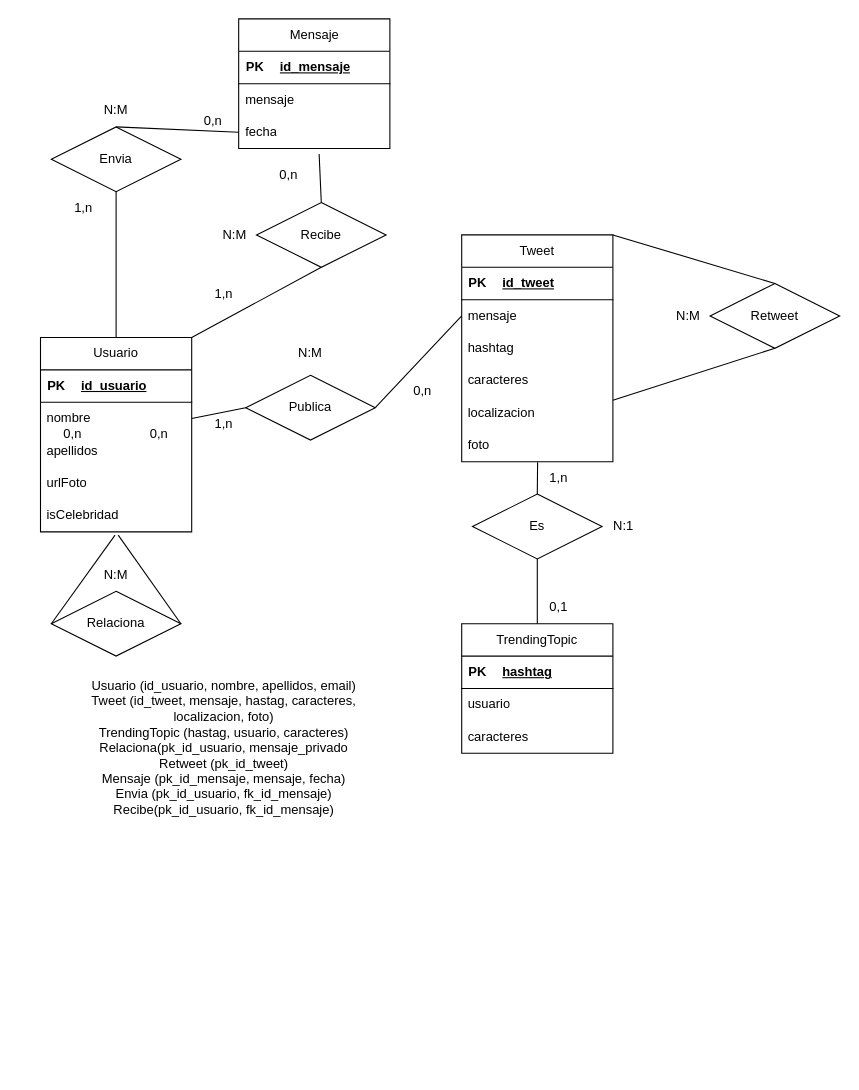
Before: Ejercicio16.drawio in Daninuro/diagrames-cvf-dn-mpl-n-11102023, a draw.io diagram. Source tidied: cells renumbered, new cells numbered last; positions are measured from the earlier drawing's top-left corner, leaving out a move shared by most shapes. Both pictures are drawn from the tidied source at 108%, with x=0, y=0 at pixel (40, 18).
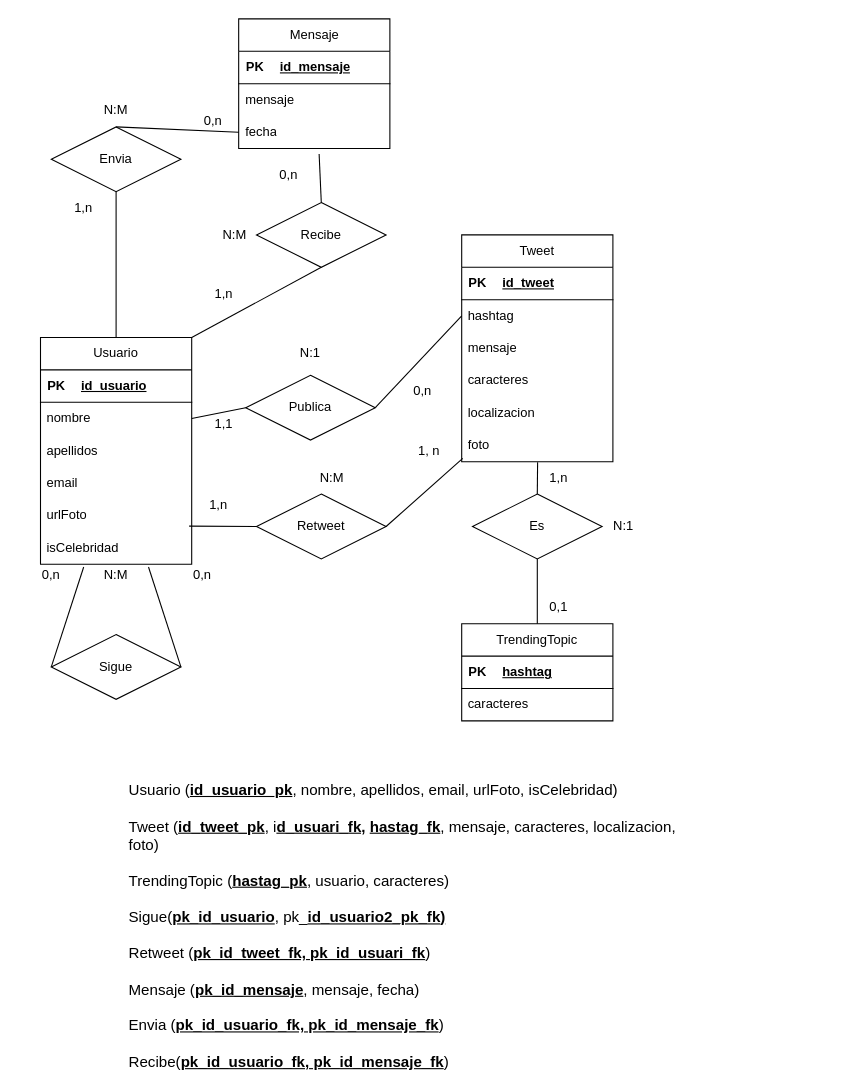
Above is the later version.

The change refers to these unchanged cells:
```xml
<mxCell id="2" value="Tweet" style="swimlane;fontStyle=0;horizontal=1;startSize=30;whiteSpace=wrap;html=1;" parent="1" vertex="1">
  <mxGeometry x="390" y="200" width="140" height="210" as="geometry" />
</mxCell>
<mxCell id="11" value="foto" style="text;strokeColor=none;fillColor=none;align=left;verticalAlign=middle;spacingLeft=4;spacingRight=4;overflow=hidden;points=[[0,0.5],[1,0.5]];portConstraint=eastwest;whiteSpace=wrap;html=1;" parent="2" vertex="1">
  <mxGeometry y="180" width="140" height="30" as="geometry" />
</mxCell>
<mxCell id="41" value="N:M" style="text;html=1;strokeColor=none;fillColor=none;align=center;verticalAlign=middle;whiteSpace=wrap;rounded=0;" parent="1" vertex="1">
  <mxGeometry x="40" y="500" width="60" height="30" as="geometry" />
</mxCell>
```

What changed in the source:
```diff
@@
-    <mxCell id="7" value="mensaje" style="text;strokeColor=none;fillColor=none;align=left;verticalAlign=middle;spacingLeft=4;spacingRight=4;overflow=hidden;whiteSpace=wrap;html=1;" parent="2" vertex="1">
+    <mxCell id="7" value="hashtag" style="text;strokeColor=none;fillColor=none;align=left;verticalAlign=middle;spacingLeft=4;spacingRight=4;overflow=hidden;whiteSpace=wrap;html=1;" parent="2" vertex="1">
       <mxGeometry y="60" width="140" height="30" as="geometry" />
     </mxCell>
-    <mxCell id="8" value="hashtag" style="text;strokeColor=none;fillColor=none;align=left;verticalAlign=middle;spacingLeft=4;spacingRight=4;overflow=hidden;whiteSpace=wrap;html=1;" parent="2" vertex="1">
+    <mxCell id="8" value="mensaje" style="text;strokeColor=none;fillColor=none;align=left;verticalAlign=middle;spacingLeft=4;spacingRight=4;overflow=hidden;whiteSpace=wrap;html=1;" parent="2" vertex="1">
       <mxGeometry y="90" width="140" height="30" as="geometry" />
     </mxCell>
@@
     <mxCell id="12" value="Usuario" style="swimlane;fontStyle=0;horizontal=1;startSize=30;whiteSpace=wrap;html=1;" parent="1" vertex="1">
-      <mxGeometry y="295" width="140" height="180" as="geometry" />
+      <mxGeometry y="295" width="140" height="210" as="geometry" />
     </mxCell>
@@
-    <mxCell id="19" value="urlFoto" style="text;strokeColor=none;fillColor=none;align=left;verticalAlign=middle;spacingLeft=4;spacingRight=4;overflow=hidden;whiteSpace=wrap;html=1;" parent="12" vertex="1">
+    <mxCell id="19" value="email" style="text;strokeColor=none;fillColor=none;align=left;verticalAlign=middle;spacingLeft=4;spacingRight=4;overflow=hidden;whiteSpace=wrap;html=1;" parent="12" vertex="1">
       <mxGeometry y="120" width="140" height="30" as="geometry" />
     </mxCell>
+    <mxCell id="70" value="urlFoto" style="text;strokeColor=none;fillColor=none;align=left;verticalAlign=middle;spacingLeft=4;spacingRight=4;overflow=hidden;whiteSpace=wrap;html=1;" parent="12" vertex="1">
+      <mxGeometry y="150" width="140" height="30" as="geometry" />
+    </mxCell>
     <mxCell id="20" value="isCelebridad" style="text;strokeColor=none;fillColor=none;align=left;verticalAlign=middle;spacingLeft=4;spacingRight=4;overflow=hidden;points=[[0,0.5],[1,0.5]];portConstraint=eastwest;whiteSpace=wrap;html=1;" parent="12" vertex="1">
-      <mxGeometry y="150" width="140" height="30" as="geometry" />
+      <mxGeometry y="180" width="140" height="30" as="geometry" />
     </mxCell>
     <mxCell id="21" value="TrendingTopic" style="swimlane;fontStyle=0;horizontal=1;startSize=30;whiteSpace=wrap;html=1;" parent="1" vertex="1">
-      <mxGeometry x="390" y="560" width="140" height="120" as="geometry" />
+      <mxGeometry x="390" y="560" width="140" height="90" as="geometry" />
     </mxCell>
@@
-    <mxCell id="26" value="usuario" style="text;strokeColor=none;fillColor=none;align=left;verticalAlign=middle;spacingLeft=4;spacingRight=4;overflow=hidden;whiteSpace=wrap;html=1;" parent="21" vertex="1">
-      <mxGeometry y="60" width="140" height="30" as="geometry" />
-    </mxCell>
     <mxCell id="27" value="caracteres" style="text;strokeColor=none;fillColor=none;align=left;verticalAlign=middle;spacingLeft=4;spacingRight=4;overflow=hidden;whiteSpace=wrap;html=1;" parent="21" vertex="1">
-      <mxGeometry y="90" width="140" height="30" as="geometry" />
+      <mxGeometry y="60" width="140" height="30" as="geometry" />
     </mxCell>
@@
-    <mxCell id="30" value="Relaciona" style="shape=rhombus;perimeter=rhombusPerimeter;whiteSpace=wrap;html=1;align=center;" parent="1" vertex="1">
-      <mxGeometry x="10" y="530" width="120" height="60" as="geometry" />
+    <mxCell id="30" value="Sigue" style="shape=rhombus;perimeter=rhombusPerimeter;whiteSpace=wrap;html=1;align=center;" parent="1" vertex="1">
+      <mxGeometry x="10" y="570" width="120" height="60" as="geometry" />
     </mxCell>
-    <mxCell id="31" style="endArrow=none;html=1;rounded=0;entryX=0;entryY=0.5;entryDx=0;entryDy=0;exitX=0.493;exitY=1.1;exitDx=0;exitDy=0;exitPerimeter=0;" parent="1" edge="1" source="20" target="30">
+    <mxCell id="31" style="endArrow=none;html=1;rounded=0;entryX=0;entryY=0.5;entryDx=0;entryDy=0;exitX=0;exitY=0.25;exitDx=0;exitDy=0;" parent="1" edge="1" source="41" target="30">
       <mxGeometry relative="1" as="geometry" />
     </mxCell>
-    <mxCell id="32" style="endArrow=none;html=1;rounded=0;entryX=1;entryY=0.5;entryDx=0;entryDy=0;exitX=0.514;exitY=1.1;exitDx=0;exitDy=0;exitPerimeter=0;" parent="1" edge="1" source="20" target="30">
+    <mxCell id="32" style="endArrow=none;html=1;rounded=0;entryX=1;entryY=0.5;entryDx=0;entryDy=0;exitX=1;exitY=0.25;exitDx=0;exitDy=0;" parent="1" edge="1" source="41" target="30">
       <mxGeometry relative="1" as="geometry" />
     </mxCell>
@@
     <mxCell id="37" value="0,n" style="text;html=1;strokeColor=none;fillColor=none;align=center;verticalAlign=middle;whiteSpace=wrap;rounded=0;" parent="1" vertex="1">
-      <mxGeometry x="80" y="370" width="60" height="30" as="geometry" />
+      <mxGeometry x="120" y="500" width="60" height="30" as="geometry" />
     </mxCell>
     <mxCell id="38" value="0,n" style="text;html=1;strokeColor=none;fillColor=none;align=center;verticalAlign=middle;whiteSpace=wrap;rounded=0;" parent="1" vertex="1">
-      <mxGeometry y="370" width="60" height="30" as="geometry" />
+      <mxGeometry x="-20" y="500" width="60" height="30" as="geometry" />
     </mxCell>
-    <mxCell id="39" value="1,n" style="text;html=1;strokeColor=none;fillColor=none;align=center;verticalAlign=middle;whiteSpace=wrap;rounded=0;" parent="1" vertex="1">
+    <mxCell id="39" value="1,1" style="text;html=1;strokeColor=none;fillColor=none;align=center;verticalAlign=middle;whiteSpace=wrap;rounded=0;" parent="1" vertex="1">
       <mxGeometry x="140" y="360" width="60" height="30" as="geometry" />
     </mxCell>
@@
-    <mxCell id="42" value="N:M" style="text;html=1;strokeColor=none;fillColor=none;align=center;verticalAlign=middle;whiteSpace=wrap;rounded=0;" parent="1" vertex="1">
+    <mxCell id="42" value="N:1" style="text;html=1;strokeColor=none;fillColor=none;align=center;verticalAlign=middle;whiteSpace=wrap;rounded=0;" parent="1" vertex="1">
       <mxGeometry x="220" y="295" width="60" height="30" as="geometry" />
     </mxCell>
@@
-    <mxCell id="46" value="Usuario (id_usuario, nombre, apellidos, email)&lt;br&gt;Tweet (id_tweet, mensaje, hastag, caracteres, localizacion, foto)&lt;br&gt;TrendingTopic (hastag, usuario, caracteres)&lt;br&gt;Relaciona(pk_id_usuario, mensaje_privado&lt;br&gt;Retweet (pk_id_tweet)&lt;br&gt;Mensaje (pk_id_mensaje, mensaje, fecha)&lt;br&gt;Envia (pk_id_usuario, fk_id_mensaje)&lt;br&gt;Recibe(pk_id_usuario, fk_id_mensaje)&lt;br style=&quot;border-color: var(--darkreader-border--border-color); --darkreader-inline-border: var(--darkreader-border--darkreader-border--border-color);&quot;&gt;" style="text;html=1;strokeColor=none;fillColor=none;align=center;verticalAlign=middle;whiteSpace=wrap;rounded=0;" parent="1" vertex="1">
-      <mxGeometry x="30" y="660" width="280" height="30" as="geometry" />
+    <mxCell id="46" value="&lt;font style=&quot;font-size: 14px;&quot;&gt;Usuario (&lt;b&gt;&lt;u&gt;id_usuario_pk&lt;/u&gt;&lt;/b&gt;, nombre, apellidos, email, urlFoto, isCelebridad)&lt;br&gt;&lt;br&gt;Tweet (&lt;u style=&quot;font-weight: bold;&quot;&gt;id_tweet_pk&lt;/u&gt;, i&lt;b&gt;&lt;u&gt;d_usuari_fk,&lt;/u&gt;&lt;/b&gt;&amp;nbsp;&lt;u&gt;&lt;b&gt;hastag_fk&lt;/b&gt;&lt;/u&gt;, mensaje, caracteres, localizacion, foto)&lt;br&gt;&lt;br&gt;TrendingTopic (&lt;u&gt;&lt;b&gt;hastag_pk&lt;/b&gt;&lt;/u&gt;, usuario, caracteres)&lt;br&gt;&lt;br&gt;Sigue(&lt;b&gt;&lt;u&gt;pk_id_usuario&lt;/u&gt;&lt;/b&gt;, pk_&lt;u style=&quot;font-weight: bold;&quot;&gt;id_usuario2_pk_fk&lt;/u&gt;&lt;u style=&quot;font-weight: bold;&quot;&gt;)&lt;/u&gt;&lt;br&gt;&lt;br&gt;Retweet (&lt;b&gt;&lt;u&gt;pk_id_tweet_fk, pk_id_usuari_fk&lt;/u&gt;&lt;/b&gt;)&lt;br&gt;&lt;br&gt;Mensaje (&lt;b&gt;&lt;u&gt;pk_id_mensaje&lt;/u&gt;&lt;/b&gt;, mensaje, fecha)&lt;br&gt;&lt;br&gt;Envia (&lt;b&gt;&lt;u&gt;pk_id_usuario_fk, pk_id_mensaje_fk&lt;/u&gt;&lt;/b&gt;)&lt;br&gt;&lt;br&gt;Recibe(&lt;b&gt;&lt;u&gt;pk_id_usuario_fk, pk_id_mensaje_fk&lt;/u&gt;&lt;/b&gt;)&lt;/font&gt;" style="text;html=1;strokeColor=none;fillColor=none;align=left;verticalAlign=middle;whiteSpace=wrap;rounded=0;" parent="1" vertex="1">
+      <mxGeometry x="80" y="710" width="540" height="260" as="geometry" />
     </mxCell>
     <mxCell id="47" value="Retweet" style="shape=rhombus;perimeter=rhombusPerimeter;whiteSpace=wrap;html=1;align=center;" parent="1" vertex="1">
-      <mxGeometry x="620" y="245" width="120" height="60" as="geometry" />
+      <mxGeometry x="200" y="440" width="120" height="60" as="geometry" />
     </mxCell>
-    <mxCell id="48" style="endArrow=none;html=1;rounded=0;entryX=0.5;entryY=1;entryDx=0;entryDy=0;exitX=0.514;exitY=1.1;exitDx=0;exitDy=0;exitPerimeter=0;" parent="1" edge="1" target="47">
-      <mxGeometry relative="1" as="geometry">
-        <mxPoint x="530" y="353" as="sourcePoint" />
-      </mxGeometry>
+    <mxCell id="48" style="endArrow=none;html=1;rounded=0;entryX=1;entryY=0.5;entryDx=0;entryDy=0;exitX=0.007;exitY=0.9;exitDx=0;exitDy=0;exitPerimeter=0;" parent="1" edge="1" source="11" target="47">
+      <mxGeometry relative="1" as="geometry" />
     </mxCell>
-    <mxCell id="49" style="endArrow=none;html=1;rounded=0;entryX=0.5;entryY=0;entryDx=0;entryDy=0;exitX=0.514;exitY=1.1;exitDx=0;exitDy=0;exitPerimeter=0;" parent="1" edge="1" target="47">
-      <mxGeometry relative="1" as="geometry">
-        <mxPoint x="530" y="200" as="sourcePoint" />
-      </mxGeometry>
+    <mxCell id="49" style="endArrow=none;html=1;rounded=0;entryX=0;entryY=0.5;entryDx=0;entryDy=0;exitX=0.983;exitY=-0.178;exitDx=0;exitDy=0;exitPerimeter=0;" parent="1" edge="1" source="20" target="47">
+      <mxGeometry relative="1" as="geometry" />
     </mxCell>
     <mxCell id="50" value="N:M" style="text;html=1;strokeColor=none;fillColor=none;align=center;verticalAlign=middle;whiteSpace=wrap;rounded=0;" parent="1" vertex="1">
-      <mxGeometry x="570" y="260" width="60" height="30" as="geometry" />
+      <mxGeometry x="240" y="410" width="60" height="30" as="geometry" />
     </mxCell>
@@
+    <mxCell id="71" value="1, n" style="text;html=1;strokeColor=none;fillColor=none;align=center;verticalAlign=middle;whiteSpace=wrap;rounded=0;" parent="1" vertex="1">
+      <mxGeometry x="330" y="385" width="60" height="30" as="geometry" />
+    </mxCell>
+    <mxCell id="72" value="1,n" style="text;html=1;strokeColor=none;fillColor=none;align=center;verticalAlign=middle;whiteSpace=wrap;rounded=0;" parent="1" vertex="1">
+      <mxGeometry x="140" y="440" width="50" height="20" as="geometry" />
+    </mxCell>
```
